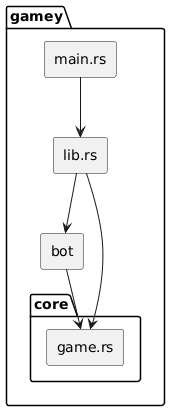
Arquisoft/yovi_es3a keeps this PlantUML diagram as docs/images/gamey_internal_structure.png. Above is the earlier version.
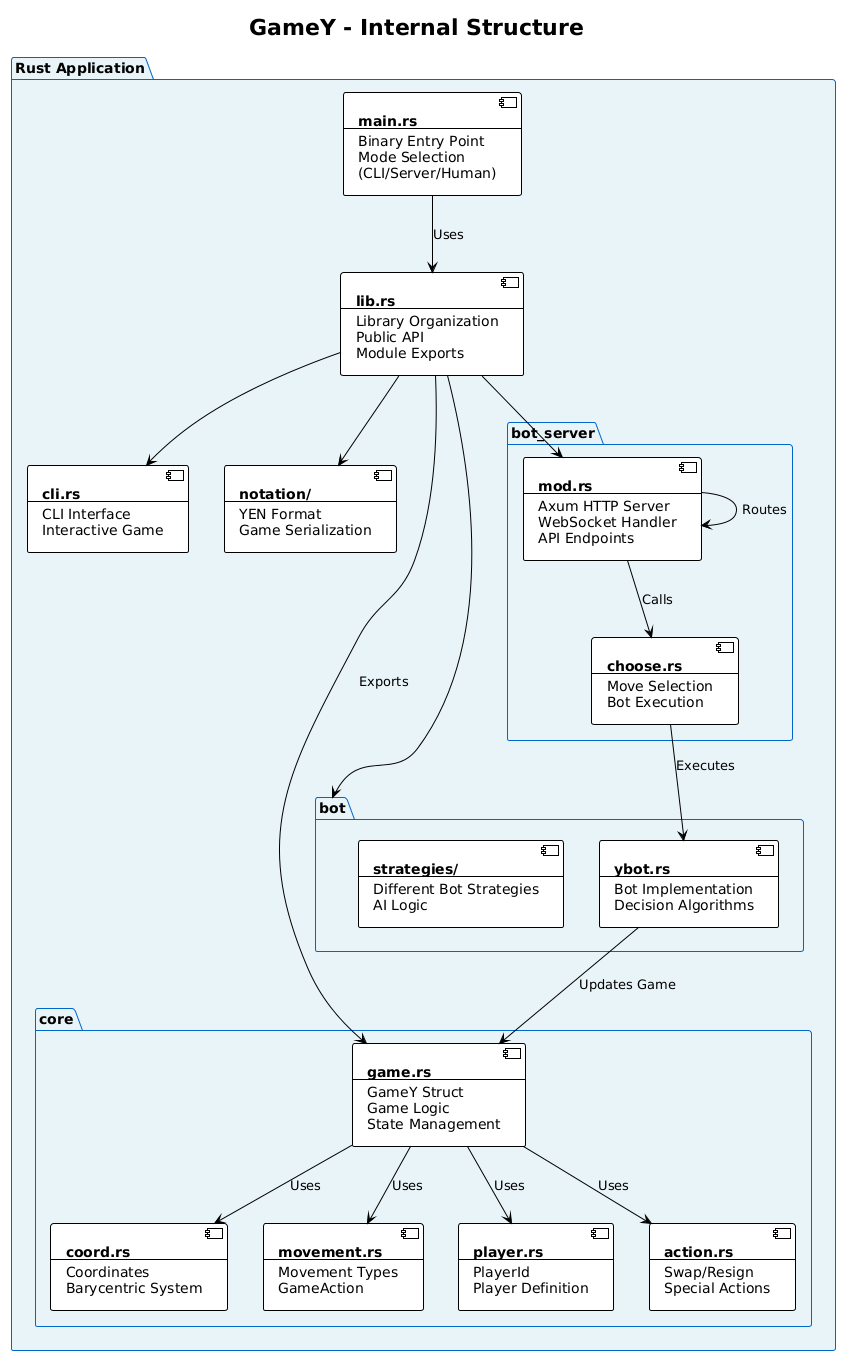
The same diagram one commit later.

Change to the diagram source:
```diff
@@ -1,17 +1,123 @@
 @startuml
-skinparam componentStyle rectangle
 
-package "gamey" {
-  [main.rs]
-  [lib.rs]
-  package "core" {
-    [game.rs]
-  }
-  [bot]
+!theme plain
+skinparam backgroundColor #FEFEFE
+skinparam packageBackgroundColor #E8F4F8
+skinparam packageBorderColor #0066CC
+
+title GameY - Internal Structure
+
+package "Rust Application" {
+    component main_rs [
+        **main.rs**
+        ---
+        Binary Entry Point
+        Mode Selection
+        (CLI/Server/Human)
+    ]
+
+    component lib_rs [
+        **lib.rs**
+        ---
+        Library Organization
+        Public API
+        Module Exports
+    ]
+
+    package "core" {
+        component game_rs [
+            **game.rs**
+            ---
+            GameY Struct
+            Game Logic
+            State Management
+        ]
+        component coord_rs [
+            **coord.rs**
+            ---
+            Coordinates
+            Barycentric System
+        ]
+        component movement_rs [
+            **movement.rs**
+            ---
+            Movement Types
+            GameAction
+        ]
+        component player_rs [
+            **player.rs**
+            ---
+            PlayerId
+            Player Definition
+        ]
+        component action_rs [
+            **action.rs**
+            ---
+            Swap/Resign
+            Special Actions
+        ]
+    }
+
+    package "bot" {
+        component ybot [
+            **ybot.rs**
+            ---
+            Bot Implementation
+            Decision Algorithms
+        ]
+        component strategies [
+            **strategies/**
+            ---
+            Different Bot Strategies
+            AI Logic
+        ]
+    }
+
+    package "bot_server" {
+        component bot_server_mod [
+            **mod.rs**
+            ---
+            Axum HTTP Server
+            WebSocket Handler
+            API Endpoints
+        ]
+        component choose [
+            **choose.rs**
+            ---
+            Move Selection
+            Bot Execution
+        ]
+    }
+
+    component cli_rs [
+        **cli.rs**
+        ---
+        CLI Interface
+        Interactive Game
+    ]
+
+    component notation [
+        **notation/**
+        ---
+        YEN Format
+        Game Serialization
+    ]
 }
 
-[main.rs] --> [lib.rs]
-[lib.rs] --> [game.rs]
-[lib.rs] --> [bot]
-[bot] --> [game.rs]
+main_rs --> lib_rs : Uses
+lib_rs --> game_rs : Exports
+lib_rs --> bot
+lib_rs --> bot_server_mod
+lib_rs --> cli_rs
+lib_rs --> notation
+
+game_rs --> coord_rs : Uses
+game_rs --> movement_rs : Uses
+game_rs --> player_rs : Uses
+game_rs --> action_rs : Uses
+
+bot_server_mod --> bot_server_mod : Routes
+bot_server_mod --> choose : Calls
+choose --> ybot : Executes
+ybot --> game_rs : Updates Game
 @enduml
```
